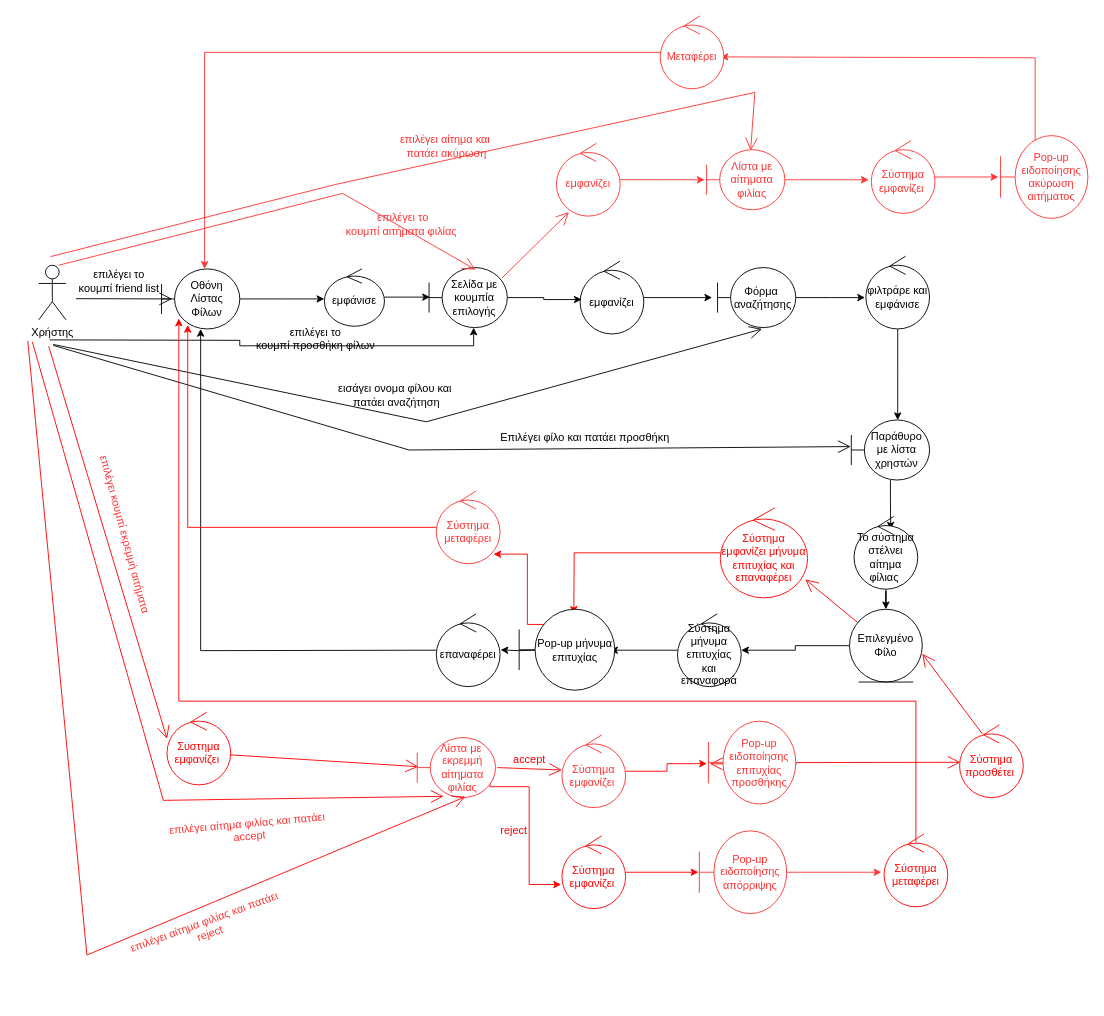
This is Diorthwseis/robustness_create_friend_list_V02.drawio from gfilias/-rgathlon, a draw.io file, before an edit. Source tidied: cells renumbered, new cells numbered last; positions are measured from the earlier drawing's top-left corner, leaving out a move shared by most shapes. Both pictures are drawn from the tidied source at 91%, with x=0, y=0 at pixel (27, 15).
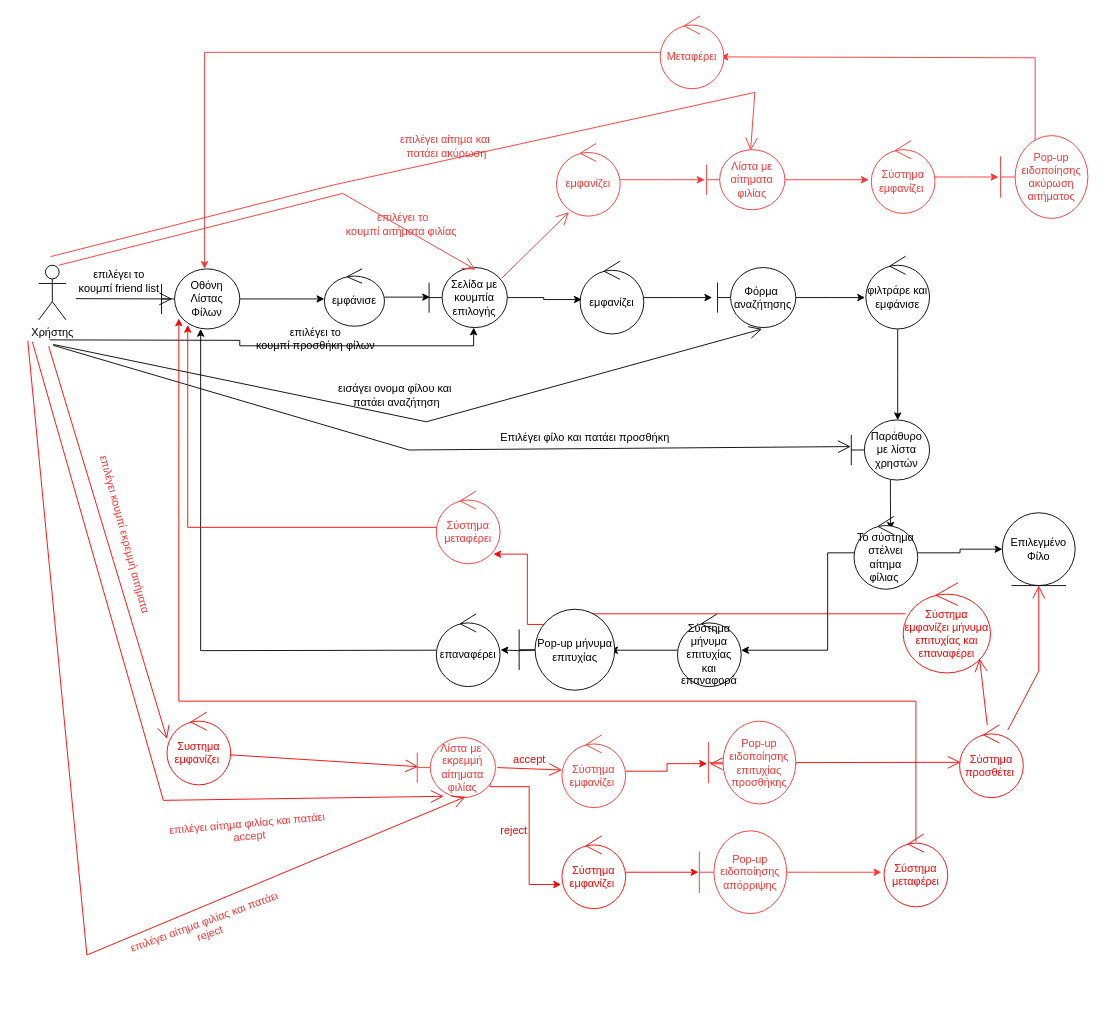
Above is the later version.

Unchanged cells that the change refers to:
```xml
<mxCell id="26" value="Το σύστημα στέλνει αίτημα φίλιας&amp;nbsp;" style="ellipse;shape=umlControl;whiteSpace=wrap;html=1;" parent="1" vertex="1">
  <mxGeometry x="908" y="550" width="70" height="80" as="geometry" />
</mxCell>
<mxCell id="31" value="Σύστημα μήνυμα επιτυχίας και επαναφορά" style="ellipse;shape=umlControl;whiteSpace=wrap;html=1;" parent="1" vertex="1">
  <mxGeometry x="714" y="657" width="70" height="80" as="geometry" />
</mxCell>
<mxCell id="61" value="&lt;font color=&quot;#ff0000&quot;&gt;Σύστημα προσθέτει&amp;nbsp;&lt;/font&gt;" style="ellipse;shape=umlControl;whiteSpace=wrap;html=1;strokeColor=#FF0000;" parent="1" vertex="1">
  <mxGeometry x="1024" y="779" width="70" height="80" as="geometry" />
</mxCell>
```

The edit, as a diff of the source:
```diff
@@
-    <mxCell id="27" style="edgeStyle=orthogonalEdgeStyle;rounded=0;jettySize=auto;html=1;entryX=1;entryY=0.5;entryDx=0;entryDy=0;entryPerimeter=0;" parent="1" edge="1" source="28" target="31">
-      <mxGeometry relative="1" as="geometry" />
+    <mxCell id="27" style="edgeStyle=orthogonalEdgeStyle;rounded=0;jettySize=auto;html=1;entryX=1;entryY=0.5;entryDx=0;entryDy=0;entryPerimeter=0;" parent="1" edge="1" source="26" target="31">
+      <mxGeometry relative="1" as="geometry">
+        <Array as="points">
+          <mxPoint x="879" y="590" />
+          <mxPoint x="879" y="697" />
+        </Array>
+      </mxGeometry>
     </mxCell>
     <mxCell id="28" value="Επιλεγμένο Φίλο" style="ellipse;shape=umlEntity;whiteSpace=wrap;html=1;" parent="1" vertex="1">
-      <mxGeometry x="903" y="652" width="80" height="80" as="geometry" />
+      <mxGeometry x="1071" y="546" width="80" height="80" as="geometry" />
     </mxCell>
@@
-    <mxCell id="62" style="endArrow=open;endFill=1;endSize=12;html=1;rounded=0;exitX=0.357;exitY=0.125;exitDx=0;exitDy=0;exitPerimeter=0;entryX=1;entryY=0.612;entryDx=0;entryDy=0;entryPerimeter=0;strokeColor=#FF0000;" parent="1" edge="1" source="61" target="28">
-      <mxGeometry relative="1" as="geometry" />
+    <mxCell id="62" style="endArrow=open;endFill=1;endSize=12;html=1;rounded=0;strokeColor=#FF0000;" parent="1" edge="1" source="61" target="28">
+      <mxGeometry relative="1" as="geometry">
+        <Array as="points">
+          <mxPoint x="1111" y="720" />
+        </Array>
+      </mxGeometry>
     </mxCell>
     <mxCell id="63" style="edgeStyle=orthogonalEdgeStyle;rounded=0;jettySize=auto;html=1;entryX=0.5;entryY=0;entryDx=0;entryDy=0;strokeColor=#FF0000;" parent="1" edge="1" source="64">
       <mxGeometry relative="1" as="geometry">
         <mxPoint x="600" y="657" as="targetPoint" />
+        <Array as="points">
+          <mxPoint x="982" y="657" />
+          <mxPoint x="982" y="657" />
+        </Array>
       </mxGeometry>
     </mxCell>
     <mxCell id="64" value="&lt;font color=&quot;#ff0000&quot;&gt;Σύστημα εμφανίζει μήνυμα επιτυχίας και επαναφέρει&lt;/font&gt;" style="ellipse;shape=umlControl;whiteSpace=wrap;html=1;strokeColor=#FF0000;" parent="1" vertex="1">
-      <mxGeometry x="761" y="540.5" width="96" height="99" as="geometry" />
+      <mxGeometry x="962" y="623" width="96" height="99" as="geometry" />
     </mxCell>
-    <mxCell id="65" style="endArrow=open;endFill=1;endSize=12;html=1;rounded=0;entryX=0.974;entryY=0.795;entryDx=0;entryDy=0;entryPerimeter=0;strokeColor=#FF0000;" parent="1" edge="1" source="28" target="64">
+    <mxCell id="65" style="endArrow=open;endFill=1;endSize=12;html=1;rounded=0;entryX=0.875;entryY=0.843;entryDx=0;entryDy=0;entryPerimeter=0;strokeColor=#FF0000;" parent="1" edge="1" source="61" target="64">
       <mxGeometry relative="1" as="geometry" />
     </mxCell>
```
